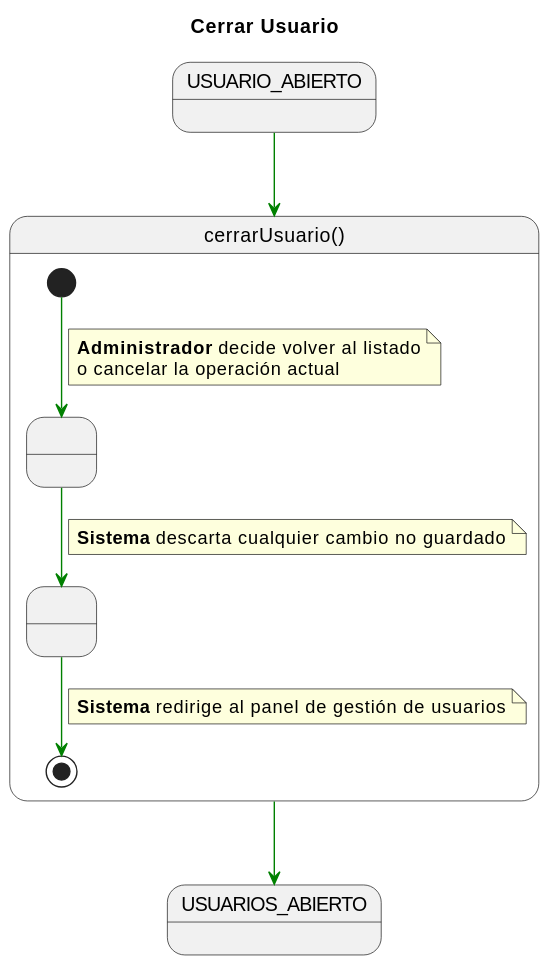
enmabry/25-26-IdSw1-SdR keeps this PlantUML diagram as documents/CasosDeUso/DetalladoCasosDeUso/Administrador/cerrarUsuario.svg. Above is the earlier version.
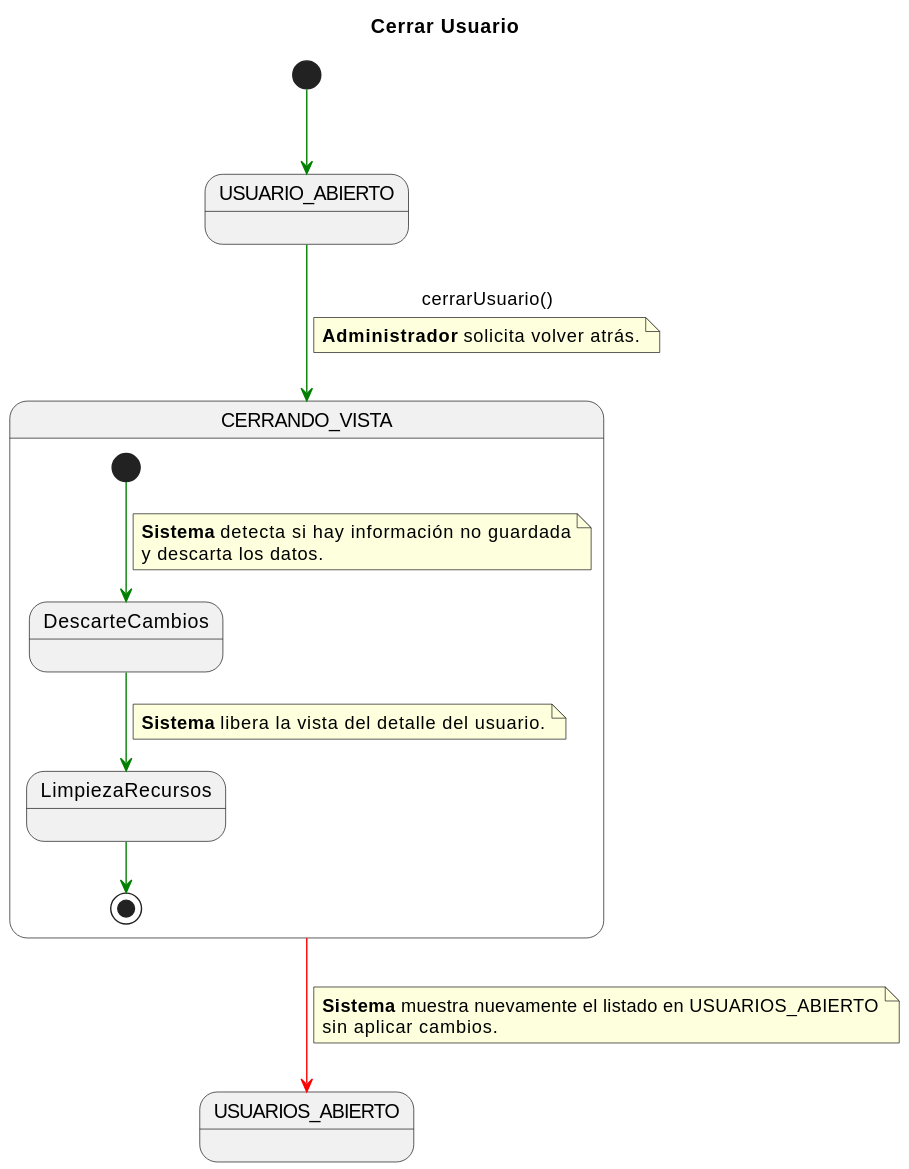
Later version of the same file.

The edit, as a diff of the source:
```diff
@@ -1,35 +1,40 @@
 @startuml
 title Cerrar Usuario
-
 skinparam linetype polyline
 
-state USUARIO_ABIERTO_INICIAL as "USUARIO_ABIERTO"
-state USUARIOS_ABIERTO_FINAL as "USUARIOS_ABIERTO"
+state USUARIO_ABIERTO_INICIAL  as "USUARIO_ABIERTO"
+state PROCESO_CIERRE_COMP      as "CERRANDO_VISTA"
+state USUARIOS_ABIERTO_FINAL   as "USUARIOS_ABIERTO"
 
-USUARIO_ABIERTO_INICIAL -[#green]-> cerrarUsuario
+[*] -[#green]-> USUARIO_ABIERTO_INICIAL
 
-state cerrarUsuario as "cerrarUsuario()" {
+USUARIO_ABIERTO_INICIAL -[#green]-> PROCESO_CIERRE_COMP : cerrarUsuario()
+note on link
+<b>Administrador</b> solicita volver atrás.
+end note
 
-    state " " as VerificacionEstado
-    state " " as LimpiezaVista
+state PROCESO_CIERRE_COMP {
 
-    [*] -[#green]-> VerificacionEstado
+    state DescarteCambios
+    state LimpiezaRecursos
+
+    [*] -[#green]-> DescarteCambios
     note on link
-        <b>Administrador</b> decide volver al listado
-        o cancelar la operación actual
+    <b>Sistema</b> detecta si hay información no guardada
+    y descarta los datos.
     end note
 
-    VerificacionEstado -[#green]-> LimpiezaVista
+    DescarteCambios -[#green]-> LimpiezaRecursos
     note on link
-        <b>Sistema</b> descarta cualquier cambio no guardado
+    <b>Sistema</b> libera la vista del detalle del usuario.
     end note
 
-    LimpiezaVista -[#green]-> [*]
-    note on link
-        <b>Sistema</b> redirige al panel de gestión de usuarios
-    end note
-
+    LimpiezaRecursos -[#green]-> [*]
 }
 
-cerrarUsuario -[#green]-> USUARIOS_ABIERTO_FINAL
+PROCESO_CIERRE_COMP -[#red]-> USUARIOS_ABIERTO_FINAL
+note on link
+<b>Sistema</b> muestra nuevamente el listado en USUARIOS_ABIERTO
+sin aplicar cambios.
+end note
 @enduml
```
